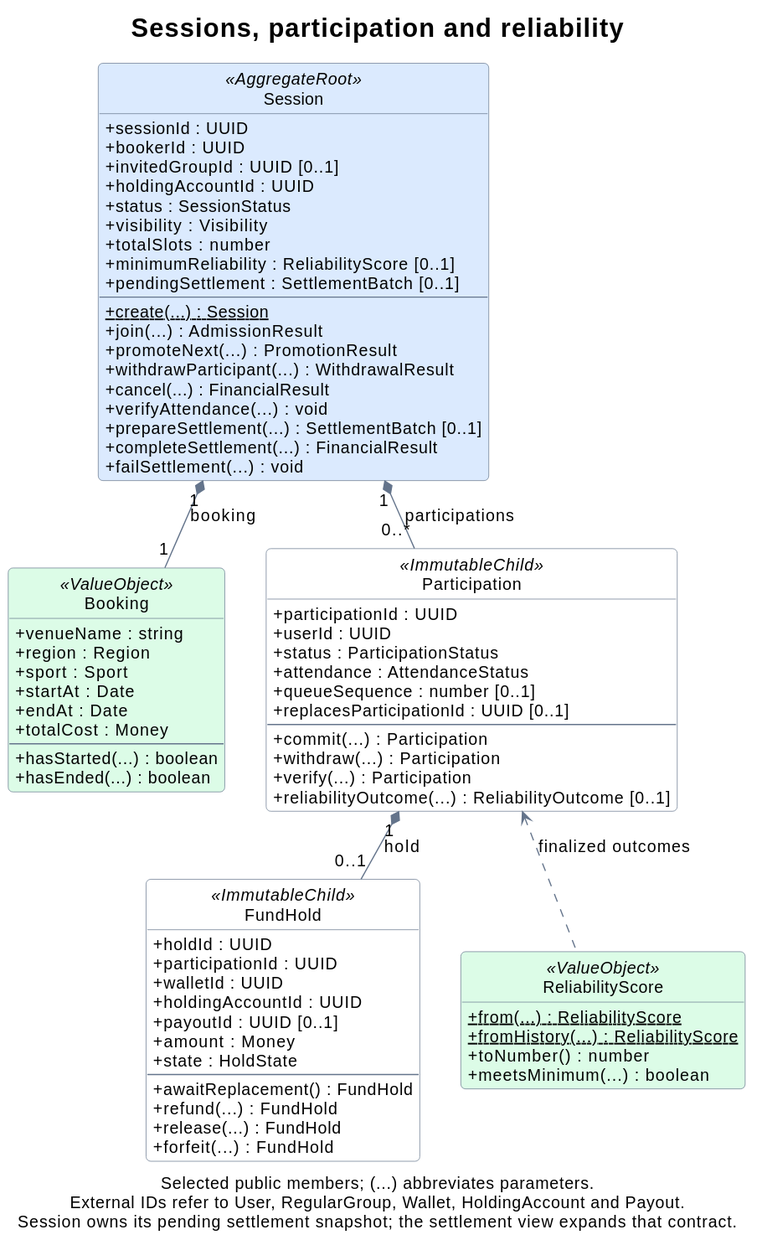
Above: docs/assets/domain-sessions.svg in rbrishi15/booking-web-manager (PlantUML), before the change. The source it was exported from:
```plantuml
@startuml
title Sessions, participation and reliability

top to bottom direction
hide empty members
hide circle
skinparam backgroundColor #FFFFFF
skinparam shadowing false
skinparam roundcorner 8
skinparam defaultFontName SansSerif
skinparam defaultFontSize 14
skinparam titleFontSize 22
skinparam ArrowColor #64748B
skinparam classBorderColor #64748B
skinparam classBackgroundColor #FFFFFF
skinparam classBackgroundColor<<AggregateRoot>> #DBEAFE
skinparam classBackgroundColor<<ValueObject>> #DCFCE7
skinparam classAttributeIconSize 0
skinparam linetype polyline
skinparam nodesep 35
skinparam ranksep 40

class Session <<AggregateRoot>> {
  +sessionId : UUID
  +bookerId : UUID
  +invitedGroupId : UUID [0..1]
  +holdingAccountId : UUID
  +status : SessionStatus
  +visibility : Visibility
  +totalSlots : number
  +minimumReliability : ReliabilityScore [0..1]
  +pendingSettlement : SettlementBatch [0..1]
  --
  {static} +create(...) : Session
  +join(...) : AdmissionResult
  +promoteNext(...) : PromotionResult
  +withdrawParticipant(...) : WithdrawalResult
  +cancel(...) : FinancialResult
  +verifyAttendance(...) : void
  +prepareSettlement(...) : SettlementBatch [0..1]
  +completeSettlement(...) : FinancialResult
  +failSettlement(...) : void
}

class Booking <<ValueObject>> {
  +venueName : string
  +region : Region
  +sport : Sport
  +startAt : Date
  +endAt : Date
  +totalCost : Money
  --
  +hasStarted(...) : boolean
  +hasEnded(...) : boolean
}

class Participation <<ImmutableChild>> {
  +participationId : UUID
  +userId : UUID
  +status : ParticipationStatus
  +attendance : AttendanceStatus
  +queueSequence : number [0..1]
  +replacesParticipationId : UUID [0..1]
  --
  +commit(...) : Participation
  +withdraw(...) : Participation
  +verify(...) : Participation
  +reliabilityOutcome(...) : ReliabilityOutcome [0..1]
}

class FundHold <<ImmutableChild>> {
  +holdId : UUID
  +participationId : UUID
  +walletId : UUID
  +holdingAccountId : UUID
  +payoutId : UUID [0..1]
  +amount : Money
  +state : HoldState
  --
  +awaitReplacement() : FundHold
  +refund(...) : FundHold
  +release(...) : FundHold
  +forfeit(...) : FundHold
}

class ReliabilityScore <<ValueObject>> {
  {static} +from(...) : ReliabilityScore
  {static} +fromHistory(...) : ReliabilityScore
  +toNumber() : number
  +meetsMinimum(...) : boolean
}

Session "1" *-down- "1" Booking : booking
Session "1" *-down- "0..*" Participation : participations
Participation "1" *-down- "0..1" FundHold : hold
ReliabilityScore .up.> Participation : finalized outcomes
Booking -[hidden]right- Participation
FundHold -[hidden]right- ReliabilityScore

caption Selected public members; (...) abbreviates parameters.\nExternal IDs refer to User, RegularGroup, Wallet, HoldingAccount and Payout.\nSession owns its pending settlement snapshot; the settlement view expands that contract.
@enduml
```
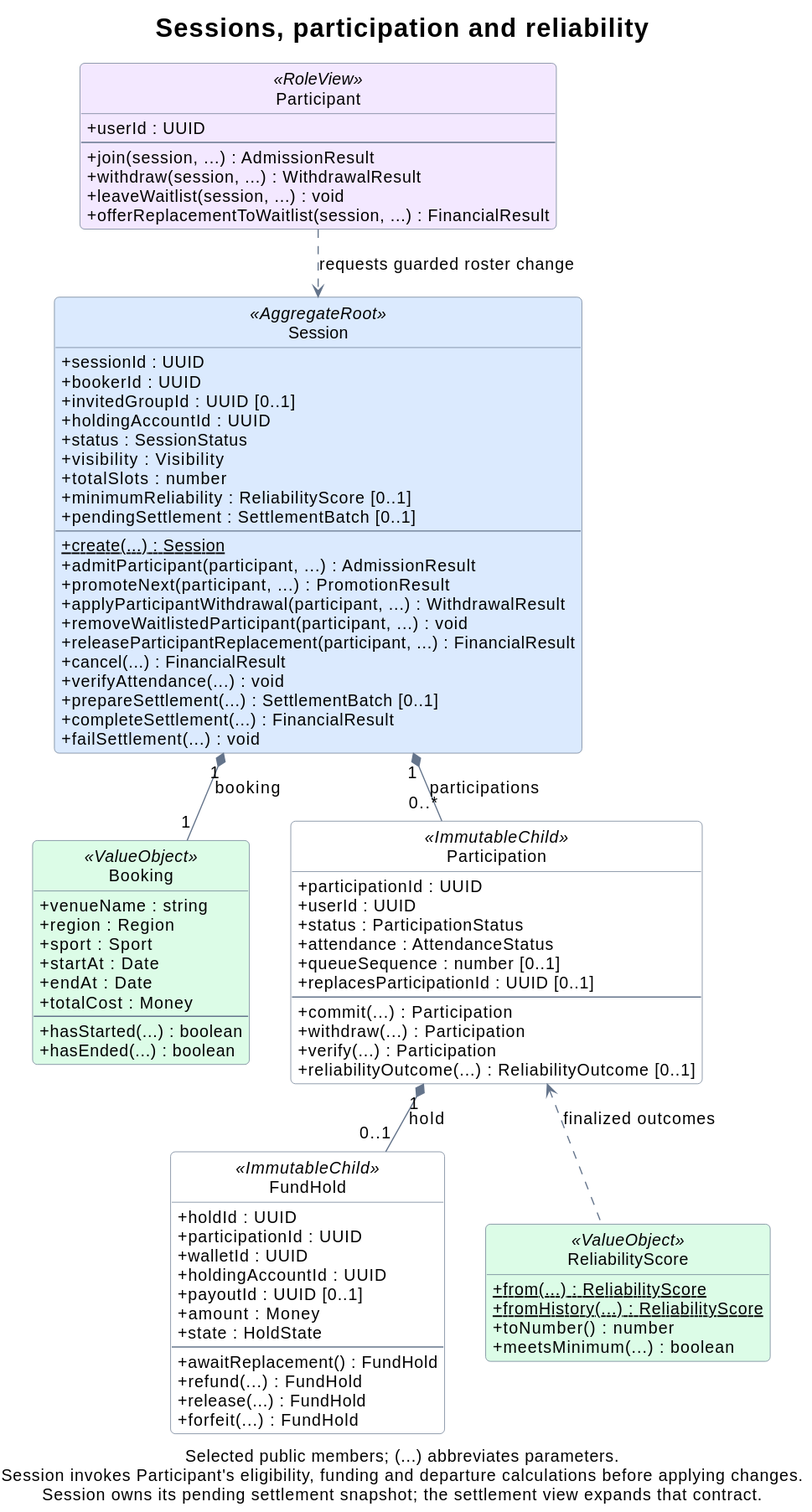
Above is the later version.

Diff of the diagram source:
```diff
@@ -15,6 +15,7 @@
 skinparam classBackgroundColor #FFFFFF
 skinparam classBackgroundColor<<AggregateRoot>> #DBEAFE
 skinparam classBackgroundColor<<ValueObject>> #DCFCE7
+skinparam classBackgroundColor<<RoleView>> #F3E8FF
 skinparam classAttributeIconSize 0
 skinparam linetype polyline
 skinparam nodesep 35
@@ -32,14 +33,25 @@
   +pendingSettlement : SettlementBatch [0..1]
   --
   {static} +create(...) : Session
-  +join(...) : AdmissionResult
-  +promoteNext(...) : PromotionResult
-  +withdrawParticipant(...) : WithdrawalResult
+  +admitParticipant(participant, ...) : AdmissionResult
+  +promoteNext(participant, ...) : PromotionResult
+  +applyParticipantWithdrawal(participant, ...) : WithdrawalResult
+  +removeWaitlistedParticipant(participant, ...) : void
+  +releaseParticipantReplacement(participant, ...) : FinancialResult
   +cancel(...) : FinancialResult
   +verifyAttendance(...) : void
   +prepareSettlement(...) : SettlementBatch [0..1]
   +completeSettlement(...) : FinancialResult
   +failSettlement(...) : void
+}
+
+class Participant <<RoleView>> {
+  +userId : UUID
+  --
+  +join(session, ...) : AdmissionResult
+  +withdraw(session, ...) : WithdrawalResult
+  +leaveWaitlist(session, ...) : void
+  +offerReplacementToWaitlist(session, ...) : FinancialResult
 }
 
 class Booking <<ValueObject>> {
@@ -91,11 +103,12 @@
 }
 
 Session "1" *-down- "1" Booking : booking
+Participant .down.> Session : requests guarded roster change
 Session "1" *-down- "0..*" Participation : participations
 Participation "1" *-down- "0..1" FundHold : hold
 ReliabilityScore .up.> Participation : finalized outcomes
 Booking -[hidden]right- Participation
 FundHold -[hidden]right- ReliabilityScore
 
-caption Selected public members; (...) abbreviates parameters.\nExternal IDs refer to User, RegularGroup, Wallet, HoldingAccount and Payout.\nSession owns its pending settlement snapshot; the settlement view expands that contract.
+caption Selected public members; (...) abbreviates parameters.\nSession invokes Participant's eligibility, funding and departure calculations before applying changes.\nSession owns its pending settlement snapshot; the settlement view expands that contract.
 @enduml
```
